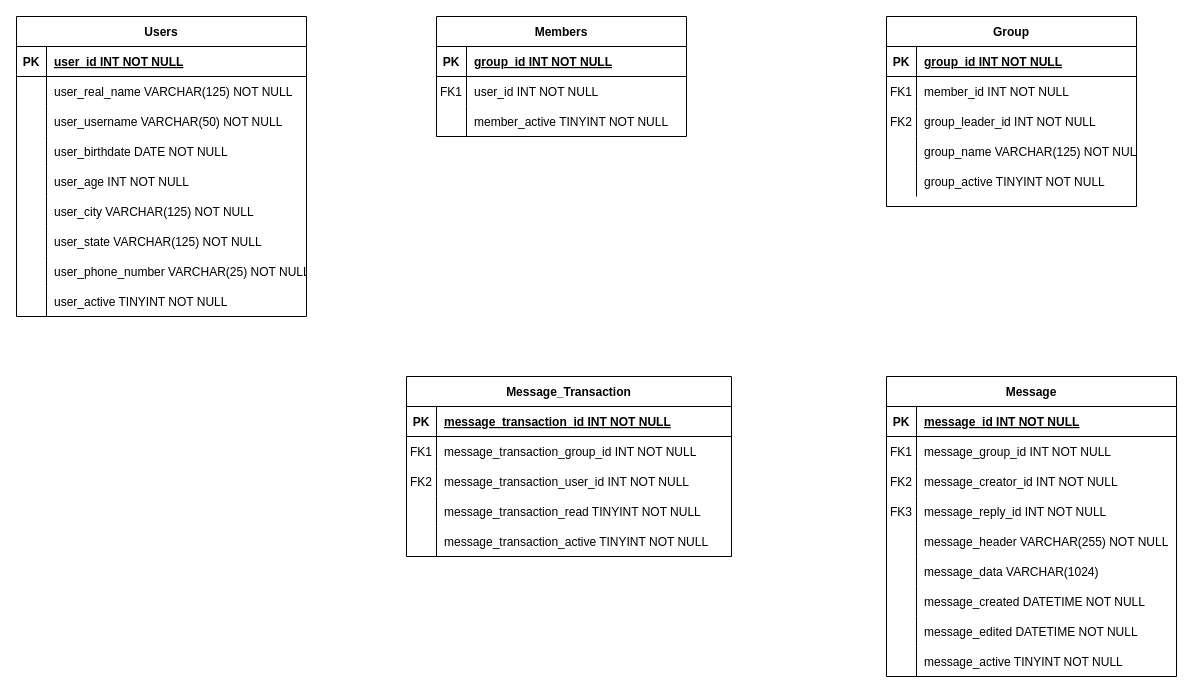
Earlier version of the draw.io diagram page "Joel's Version" (1 of 5) of UML.drawio (jdstrongpdx/Data-Dragons). Source tidied: cells renumbered, new cells numbered last; positions are measured from the earlier drawing's top-left corner, leaving out a move shared by most shapes. Both pictures are drawn from the tidied source at 100%, with x=0, y=0 at pixel (16, 16).
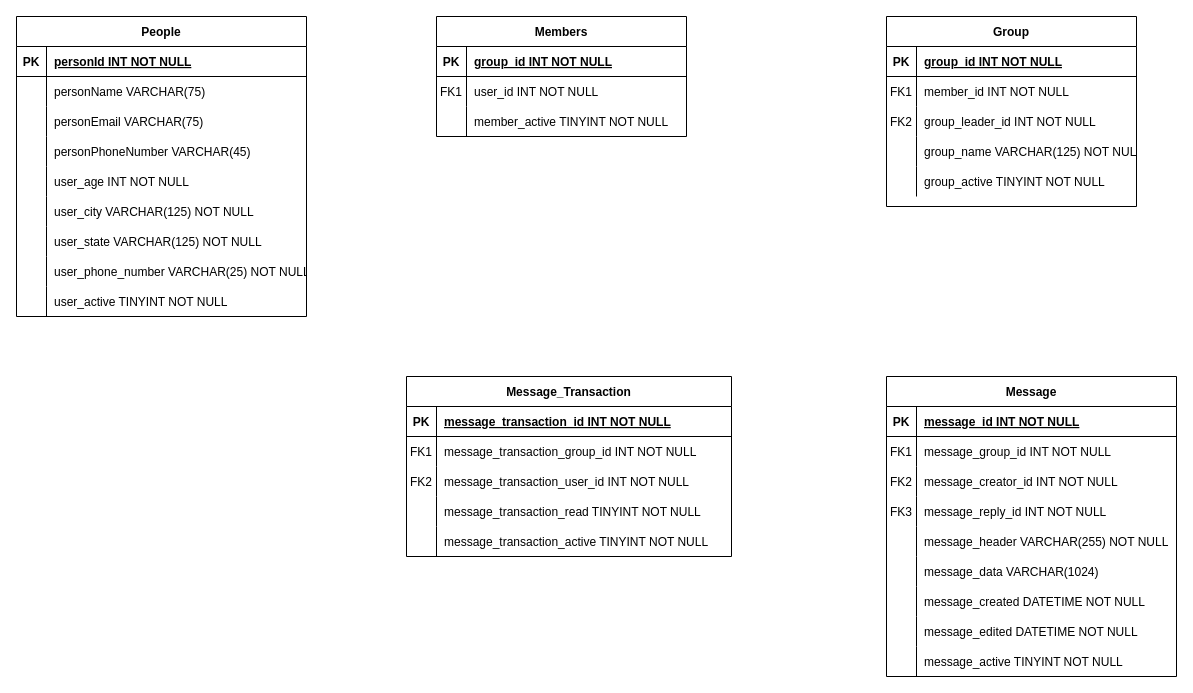
The same diagram, later.

The change refers to these unchanged cells:
```xml
<mxCell id="57" style="shape=partialRectangle;fillColor=none;top=0;left=0;right=0;bottom=1;" parent="56" vertex="1">
  <mxGeometry y="30" width="290" height="30" as="geometry" />
</mxCell>
<mxCell id="60" style="shape=partialRectangle;fillColor=none;top=0;left=0;right=0;bottom=0;" parent="56" vertex="1">
  <mxGeometry y="60" width="290" height="30" as="geometry" />
</mxCell>
<mxCell id="63" style="shape=partialRectangle;fillColor=none;top=0;left=0;right=0;bottom=0;" parent="56" vertex="1">
  <mxGeometry y="90" width="290" height="30" as="geometry" />
</mxCell>
<mxCell id="66" style="shape=partialRectangle;fillColor=none;top=0;left=0;right=0;bottom=0;" parent="56" vertex="1">
  <mxGeometry y="120" width="290" height="30" as="geometry" />
</mxCell>
```

What changed in the source:
```diff
@@
-    <mxCell id="56" value="Users" style="shape=table;startSize=30;childLayout=tableLayout;rowLines=0;fontStyle=1;align=center;" parent="1" vertex="1">
+    <mxCell id="56" value="People" style="shape=table;startSize=30;childLayout=tableLayout;rowLines=0;fontStyle=1;align=center;" parent="1" vertex="1">
       <mxGeometry width="290" height="300" as="geometry" />
     </mxCell>
@@
-    <mxCell id="59" value="user_id INT NOT NULL " style="shape=partialRectangle;overflow=hidden;fillColor=none;top=0;left=0;bottom=0;right=0;align=left;spacingLeft=6;fontStyle=5;" parent="57" vertex="1">
+    <mxCell id="59" value="personId INT NOT NULL" style="shape=partialRectangle;overflow=hidden;fillColor=none;top=0;left=0;bottom=0;right=0;align=left;spacingLeft=6;fontStyle=5;" parent="57" vertex="1">
       <mxGeometry x="30" width="260" height="30" as="geometry" />
     </mxCell>
@@
-    <mxCell id="62" value="user_real_name VARCHAR(125) NOT NULL" style="shape=partialRectangle;overflow=hidden;fillColor=none;top=0;left=0;bottom=0;right=0;align=left;spacingLeft=6;" parent="60" vertex="1">
+    <mxCell id="62" value="personName VARCHAR(75)" style="shape=partialRectangle;overflow=hidden;fillColor=none;top=0;left=0;bottom=0;right=0;align=left;spacingLeft=6;" parent="60" vertex="1">
       <mxGeometry x="30" width="260" height="30" as="geometry" />
     </mxCell>
@@
-    <mxCell id="65" value="user_username VARCHAR(50) NOT NULL" style="shape=partialRectangle;overflow=hidden;fillColor=none;top=0;left=0;bottom=0;right=0;align=left;spacingLeft=6;" parent="63" vertex="1">
+    <mxCell id="65" value="personEmail VARCHAR(75)" style="shape=partialRectangle;overflow=hidden;fillColor=none;top=0;left=0;bottom=0;right=0;align=left;spacingLeft=6;" parent="63" vertex="1">
       <mxGeometry x="30" width="260" height="30" as="geometry" />
     </mxCell>
@@
-    <mxCell id="68" value="user_birthdate DATE NOT NULL" style="shape=partialRectangle;overflow=hidden;fillColor=none;top=0;left=0;bottom=0;right=0;align=left;spacingLeft=6;" parent="66" vertex="1">
+    <mxCell id="68" value="personPhoneNumber VARCHAR(45)" style="shape=partialRectangle;overflow=hidden;fillColor=none;top=0;left=0;bottom=0;right=0;align=left;spacingLeft=6;" parent="66" vertex="1">
       <mxGeometry x="30" width="260" height="30" as="geometry" />
     </mxCell>
```
